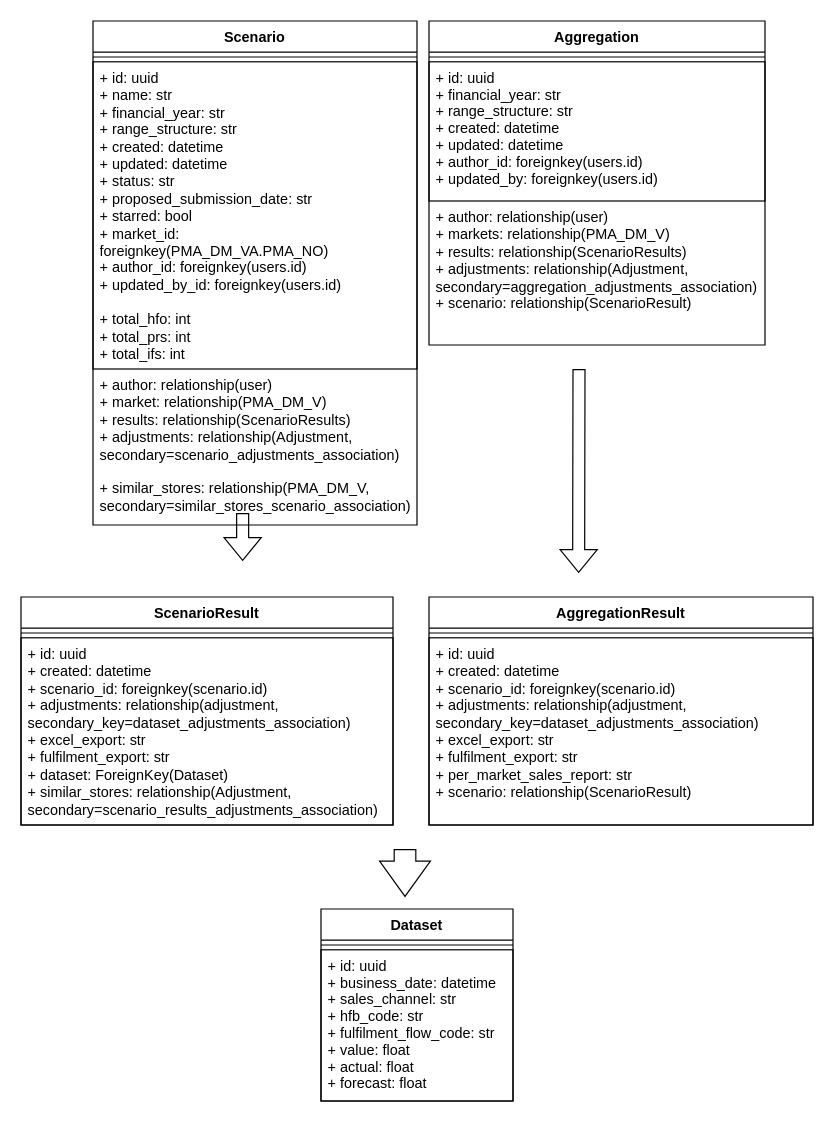
Before: sbpaa.drawio in abunuwas/presentations-img, a draw.io diagram. Source tidied: cells renumbered, new cells numbered last; positions are measured from the earlier drawing's top-left corner, leaving out a move shared by most shapes. Both pictures are drawn from the tidied source at 120%, with x=0, y=0 at pixel (20, 20).
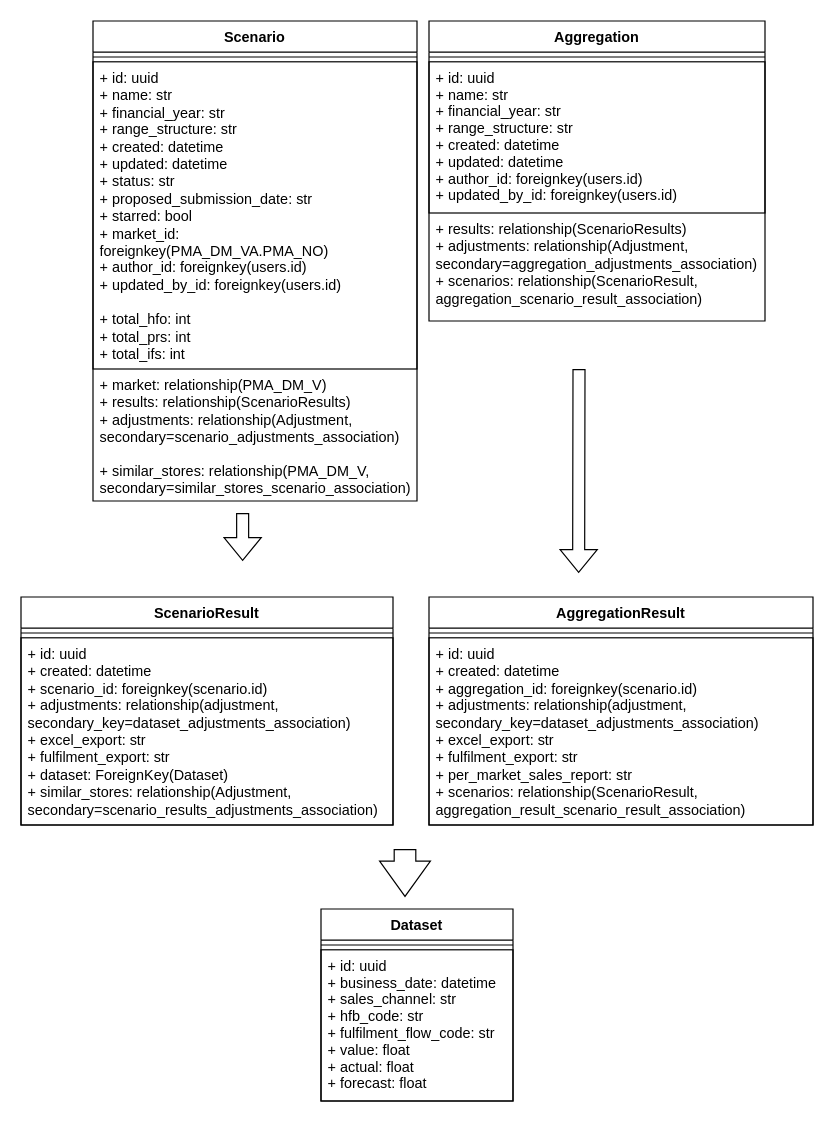
The same diagram, later.

The change refers to these unchanged cells:
```xml
<mxCell id="16" value="AggregationResult" style="swimlane;fontStyle=1;align=center;verticalAlign=top;horizontal=1;startSize=26;whiteSpace=wrap;" parent="1" vertex="1">
  <mxGeometry x="340" y="480" width="320" height="190" as="geometry" />
</mxCell>
```

The edit, as a diff of the source:
```diff
@@
     <mxCell id="8" value="Scenario" style="swimlane;fontStyle=1;align=center;verticalAlign=top;horizontal=1;startSize=26;" parent="1" vertex="1">
-      <mxGeometry x="60" width="270" height="420" as="geometry" />
+      <mxGeometry x="60" width="270" height="400" as="geometry" />
     </mxCell>
@@
-    <mxCell id="11" value="+ author: relationship(user)&#10;+ market: relationship(PMA_DM_V)&#10;+ results: relationship(ScenarioResults)&#10;+ adjustments: relationship(Adjustment, secondary=scenario_adjustments_association)&#10;&#10;+ similar_stores: relationship(PMA_DM_V, secondary=similar_stores_scenario_association)" style="text;strokeColor=none;fillColor=none;align=left;verticalAlign=top;spacingLeft=4;spacingRight=4;overflow=hidden;whiteSpace=wrap;" parent="8" vertex="1">
-      <mxGeometry y="290" width="270" height="130" as="geometry" />
+    <mxCell id="11" value="+ market: relationship(PMA_DM_V)&#10;+ results: relationship(ScenarioResults)&#10;+ adjustments: relationship(Adjustment, secondary=scenario_adjustments_association)&#10;&#10;+ similar_stores: relationship(PMA_DM_V, secondary=similar_stores_scenario_association)" style="text;strokeColor=none;fillColor=none;align=left;verticalAlign=top;spacingLeft=4;spacingRight=4;overflow=hidden;whiteSpace=wrap;" parent="8" vertex="1">
+      <mxGeometry y="290" width="270" height="110" as="geometry" />
     </mxCell>
     <mxCell id="12" value="Aggregation" style="swimlane;fontStyle=1;align=center;verticalAlign=top;horizontal=1;startSize=26;" parent="1" vertex="1">
-      <mxGeometry x="340" width="280" height="270" as="geometry" />
+      <mxGeometry x="340" width="280" height="250" as="geometry" />
     </mxCell>
@@
-    <mxCell id="14" value="+ id: uuid&#10;+ financial_year: str&#10;+ range_structure: str&#10;+ created: datetime&#10;+ updated: datetime&#10;+ author_id: foreignkey(users.id)&#10;+ updated_by: foreignkey(users.id)" style="text;strokeColor=default;fillColor=none;align=left;verticalAlign=top;spacingLeft=4;spacingRight=4;overflow=hidden;" parent="12" vertex="1">
-      <mxGeometry y="34" width="280" height="116" as="geometry" />
+    <mxCell id="14" value="+ id: uuid&#10;+ name: str&#10;+ financial_year: str&#10;+ range_structure: str&#10;+ created: datetime&#10;+ updated: datetime&#10;+ author_id: foreignkey(users.id)&#10;+ updated_by_id: foreignkey(users.id)" style="text;strokeColor=default;fillColor=none;align=left;verticalAlign=top;spacingLeft=4;spacingRight=4;overflow=hidden;" parent="12" vertex="1">
+      <mxGeometry y="34" width="280" height="126" as="geometry" />
     </mxCell>
-    <mxCell id="15" value="+ author: relationship(user)&#10;+ markets: relationship(PMA_DM_V)&#10;+ results: relationship(ScenarioResults)&#10;+ adjustments: relationship(Adjustment, secondary=aggregation_adjustments_association)&#10;+ scenario: relationship(ScenarioResult)" style="text;strokeColor=none;fillColor=none;align=left;verticalAlign=top;spacingLeft=4;spacingRight=4;overflow=hidden;whiteSpace=wrap;" parent="12" vertex="1">
-      <mxGeometry y="150" width="280" height="120" as="geometry" />
+    <mxCell id="15" value="+ results: relationship(ScenarioResults)&#10;+ adjustments: relationship(Adjustment, secondary=aggregation_adjustments_association)&#10;+ scenarios: relationship(ScenarioResult, aggregation_scenario_result_association)" style="text;strokeColor=none;fillColor=none;align=left;verticalAlign=top;spacingLeft=4;spacingRight=4;overflow=hidden;whiteSpace=wrap;" parent="12" vertex="1">
+      <mxGeometry y="160" width="280" height="90" as="geometry" />
     </mxCell>
@@
-    <mxCell id="18" value="+ id: uuid&#10;+ created: datetime&#10;+ scenario_id: foreignkey(scenario.id)&#10;+ adjustments: relationship(adjustment, secondary_key=dataset_adjustments_association)&#10;+ excel_export: str&#10;+ fulfilment_export: str&#10;+ per_market_sales_report: str&#10;+ scenario: relationship(ScenarioResult)" style="text;strokeColor=default;fillColor=none;align=left;verticalAlign=top;spacingLeft=4;spacingRight=4;overflow=hidden;whiteSpace=wrap;" parent="16" vertex="1">
+    <mxCell id="18" value="+ id: uuid&#10;+ created: datetime&#10;+ aggregation_id: foreignkey(scenario.id)&#10;+ adjustments: relationship(adjustment, secondary_key=dataset_adjustments_association)&#10;+ excel_export: str&#10;+ fulfilment_export: str&#10;+ per_market_sales_report: str&#10;+ scenarios: relationship(ScenarioResult, aggregation_result_scenario_result_association)" style="text;strokeColor=default;fillColor=none;align=left;verticalAlign=top;spacingLeft=4;spacingRight=4;overflow=hidden;whiteSpace=wrap;" parent="16" vertex="1">
       <mxGeometry y="34" width="320" height="156" as="geometry" />
     </mxCell>
```
